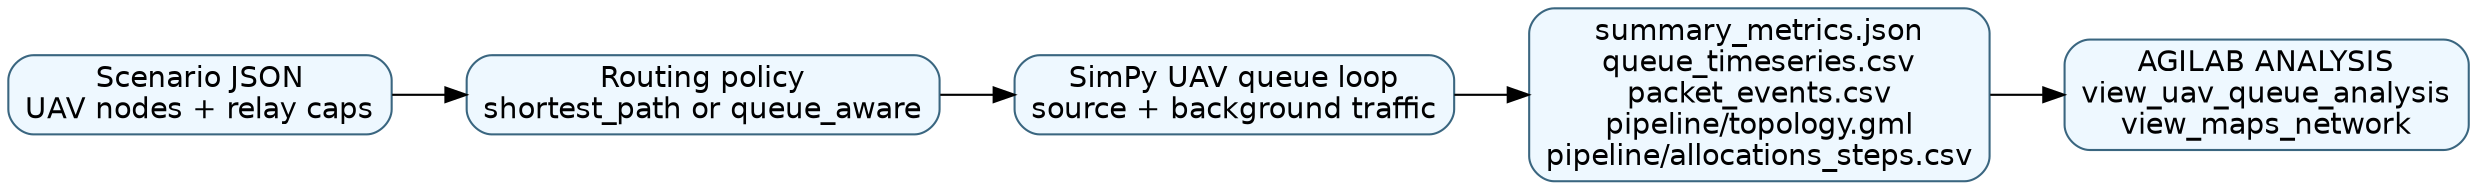
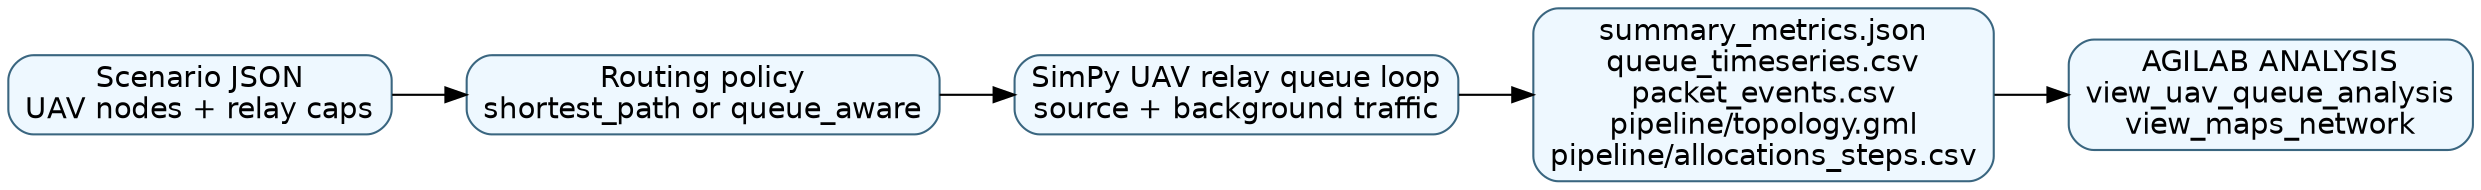
digraph uav_queue_pipeline {
  rankdir=LR;
  node [shape=box, style="rounded,filled", fillcolor="#eef8ff", color="#3a6680", fontname="Helvetica"];

  scenario [label="Scenario JSON\nUAV nodes + relay caps"];
  policy [label="Routing policy\nshortest_path or queue_aware"];
-   sim [label="SimPy UAV queue loop\nsource + background traffic"];
+   sim [label="SimPy UAV relay queue loop\nsource + background traffic"];
  artifacts [label="summary_metrics.json\nqueue_timeseries.csv\npacket_events.csv\npipeline/topology.gml\npipeline/allocations_steps.csv"];
  analysis [label="AGILAB ANALYSIS\nview_uav_queue_analysis\nview_maps_network"];

  scenario -> policy -> sim -> artifacts -> analysis;
}
